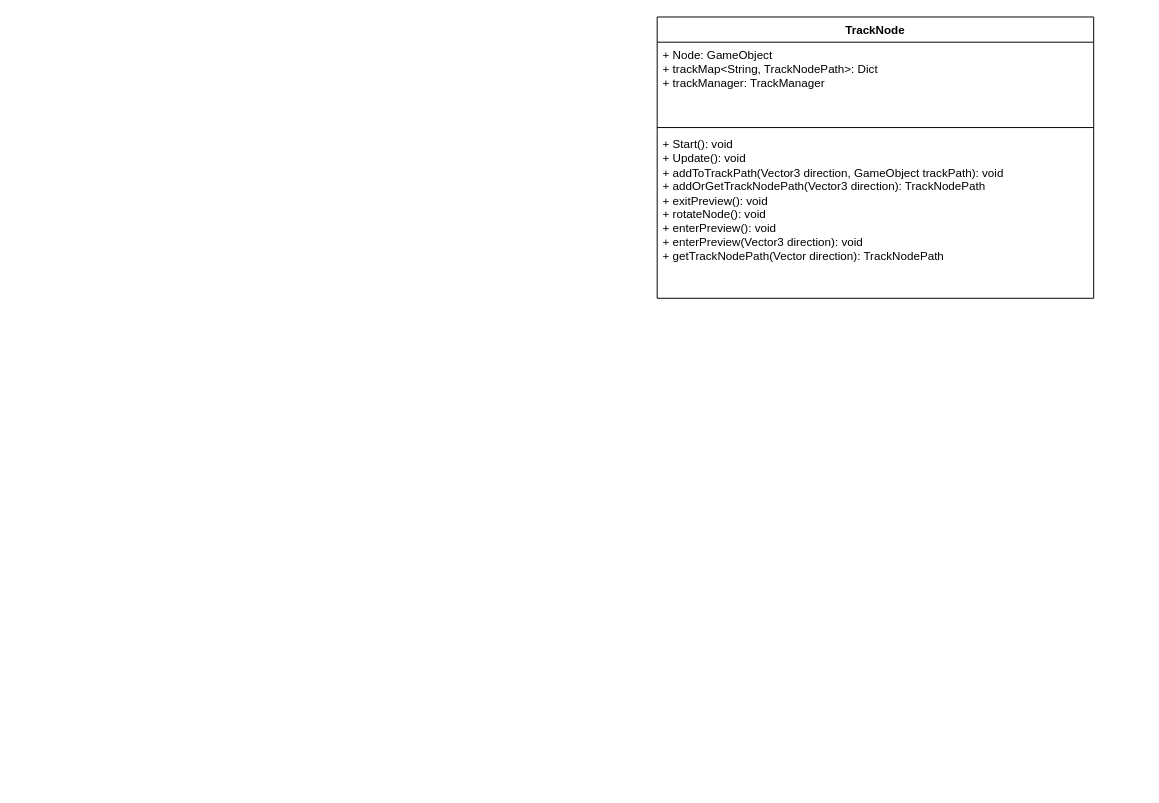
Earlier version of the draw.io diagram Untitled Diagram.drawio (imohamedibrahim/Random-Cricket). Source tidied: cells renumbered, new cells numbered last; positions are measured from the earlier drawing's top-left corner, leaving out a move shared by most shapes. Both pictures are drawn from the tidied source at 97%, with x=0, y=0 at pixel (657, 16).
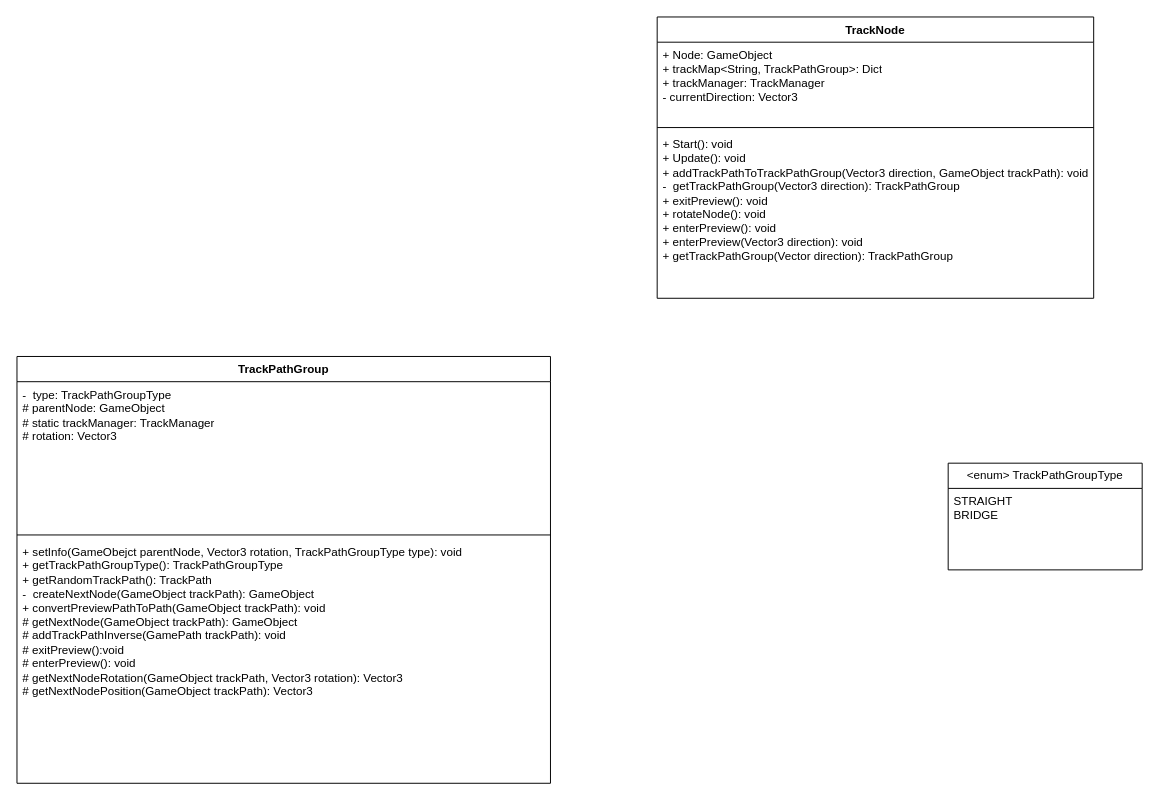
Above is the later version.

Commit message:
Update with TrackPathGroup class

What changed in the source:
```diff
@@
 <mxGraphModel>
   <root>
     <mxCell id="0" />
     <mxCell id="1" parent="0" />
     <mxCell id="2" value="TrackNode" style="swimlane;fontStyle=1;align=center;verticalAlign=top;horizontal=1;startSize=26;whiteSpace=wrap;html=1;" parent="1" vertex="1">
       <mxGeometry width="450" height="290" as="geometry" />
     </mxCell>
-    <mxCell id="3" value="+ Node: GameObject&lt;br&gt;+ trackMap&amp;lt;String, TrackNodePath&amp;gt;: Dict&lt;br&gt;+ trackManager: TrackManager" style="text;strokeColor=none;fillColor=none;align=left;verticalAlign=top;spacingLeft=4;spacingRight=4;overflow=hidden;whiteSpace=wrap;html=1;" parent="2" vertex="1">
+    <mxCell id="3" value="+ Node: GameObject&lt;br&gt;+ trackMap&amp;lt;String, TrackPathGroup&amp;gt;: Dict&lt;br&gt;+ trackManager: TrackManager&lt;br&gt;- currentDirection: Vector3" style="text;strokeColor=none;fillColor=none;align=left;verticalAlign=top;spacingLeft=4;spacingRight=4;overflow=hidden;whiteSpace=wrap;html=1;" parent="2" vertex="1">
       <mxGeometry y="26" width="450" height="84" as="geometry" />
     </mxCell>
     <mxCell id="4" style="line;strokeWidth=1;fillColor=none;align=left;verticalAlign=middle;spacingTop=-1;spacingLeft=3;spacingRight=3;labelPosition=right;strokeColor=inherit;" parent="2" vertex="1">
       <mxGeometry y="110" width="450" height="8" as="geometry" />
     </mxCell>
-    <mxCell id="5" value="+ Start(): void&lt;br&gt;+ Update(): void&lt;br&gt;+ addToTrackPath(Vector3 direction, GameObject trackPath): void&lt;br&gt;+&amp;nbsp;addOrGetTrackNodePath(Vector3 direction): TrackNodePath&lt;br&gt;+ exitPreview(): void&lt;br&gt;+ rotateNode(): void&lt;br&gt;+ enterPreview(): void&lt;br&gt;+ enterPreview(Vector3 direction): void&lt;br&gt;+ getTrackNodePath(Vector direction): TrackNodePath" style="text;strokeColor=none;fillColor=none;align=left;verticalAlign=top;spacingLeft=4;spacingRight=4;overflow=hidden;whiteSpace=wrap;html=1;" parent="2" vertex="1">
+    <mxCell id="5" value="+ Start(): void&lt;br&gt;+ Update(): void&lt;br&gt;+ addTrackPathToTrackPathGroup(Vector3 direction, GameObject trackPath): void&lt;br&gt;-&amp;nbsp; getTrackPathGroup(Vector3 direction): TrackPathGroup&lt;br&gt;+ exitPreview(): void&lt;br&gt;+ rotateNode(): void&lt;br&gt;+ enterPreview(): void&lt;br&gt;+ enterPreview(Vector3 direction): void&lt;br&gt;+ getTrackPathGroup(Vector direction): TrackPathGroup" style="text;strokeColor=none;fillColor=none;align=left;verticalAlign=top;spacingLeft=4;spacingRight=4;overflow=hidden;whiteSpace=wrap;html=1;" parent="2" vertex="1">
       <mxGeometry y="118" width="450" height="172" as="geometry" />
     </mxCell>
+    <mxCell id="6" value="TrackPathGroup" style="swimlane;fontStyle=1;align=center;verticalAlign=top;horizontal=1;startSize=26;whiteSpace=wrap;html=1;" parent="1" vertex="1">
+      <mxGeometry x="-660" y="350" width="550" height="440" as="geometry" />
+    </mxCell>
+    <mxCell id="7" value="-&amp;nbsp; type: TrackPathGroupType&lt;br&gt;# parentNode: GameObject&lt;br&gt;# static trackManager: TrackManager&lt;br&gt;# rotation: Vector3&lt;br&gt;&amp;nbsp;" style="text;strokeColor=none;fillColor=none;align=left;verticalAlign=top;spacingLeft=4;spacingRight=4;overflow=hidden;whiteSpace=wrap;html=1;" parent="6" vertex="1">
+      <mxGeometry y="26" width="550" height="154" as="geometry" />
+    </mxCell>
+    <mxCell id="8" style="line;strokeWidth=1;fillColor=none;align=left;verticalAlign=middle;spacingTop=-1;spacingLeft=3;spacingRight=3;labelPosition=right;strokeColor=inherit;" parent="6" vertex="1">
+      <mxGeometry y="180" width="550" height="8" as="geometry" />
+    </mxCell>
+    <mxCell id="9" value="+ setInfo(GameObejct parentNode, Vector3 rotation, TrackPathGroupType type): void&lt;br&gt;+ getTrackPathGroupType(): TrackPathGroupType&lt;br&gt;+ getRandomTrackPath(): TrackPath&lt;br&gt;-&amp;nbsp; createNextNode(GameObject trackPath): GameObject&lt;br&gt;+&amp;nbsp;convertPreviewPathToPath(GameObject trackPath): void&lt;br&gt;# getNextNode(GameObject trackPath): GameObject&lt;br&gt;#&amp;nbsp;addTrackPathInverse(GamePath trackPath): void&lt;br&gt;# exitPreview():void&lt;br&gt;# enterPreview(): void&lt;br&gt;#&amp;nbsp;getNextNodeRotation(GameObject trackPath, Vector3 rotation): Vector3&lt;br&gt;#&amp;nbsp;getNextNodePosition(GameObject trackPath): Vector3&lt;br&gt;&lt;br&gt;&lt;br&gt;&lt;br&gt;&lt;br&gt;&lt;br&gt;" style="text;strokeColor=none;fillColor=none;align=left;verticalAlign=top;spacingLeft=4;spacingRight=4;overflow=hidden;whiteSpace=wrap;html=1;" parent="6" vertex="1">
+      <mxGeometry y="188" width="550" height="252" as="geometry" />
+    </mxCell>
+    <mxCell id="10" value="&amp;lt;enum&amp;gt; TrackPathGroupType" style="swimlane;fontStyle=0;horizontal=1;startSize=26;fillColor=none;whiteSpace=wrap;html=1;" parent="1" vertex="1">
+      <mxGeometry x="300" y="460" width="200" height="110" as="geometry" />
+    </mxCell>
+    <mxCell id="11" value="STRAIGHT&lt;br&gt;BRIDGE&lt;span style=&quot;white-space: pre;&quot;&gt; &lt;/span&gt;" style="text;strokeColor=none;fillColor=none;align=left;verticalAlign=top;spacingLeft=4;spacingRight=4;overflow=hidden;whiteSpace=wrap;html=1;" parent="10" vertex="1">
+      <mxGeometry y="26" width="200" height="84" as="geometry" />
+    </mxCell>
   </root>
 </mxGraphModel>
```
